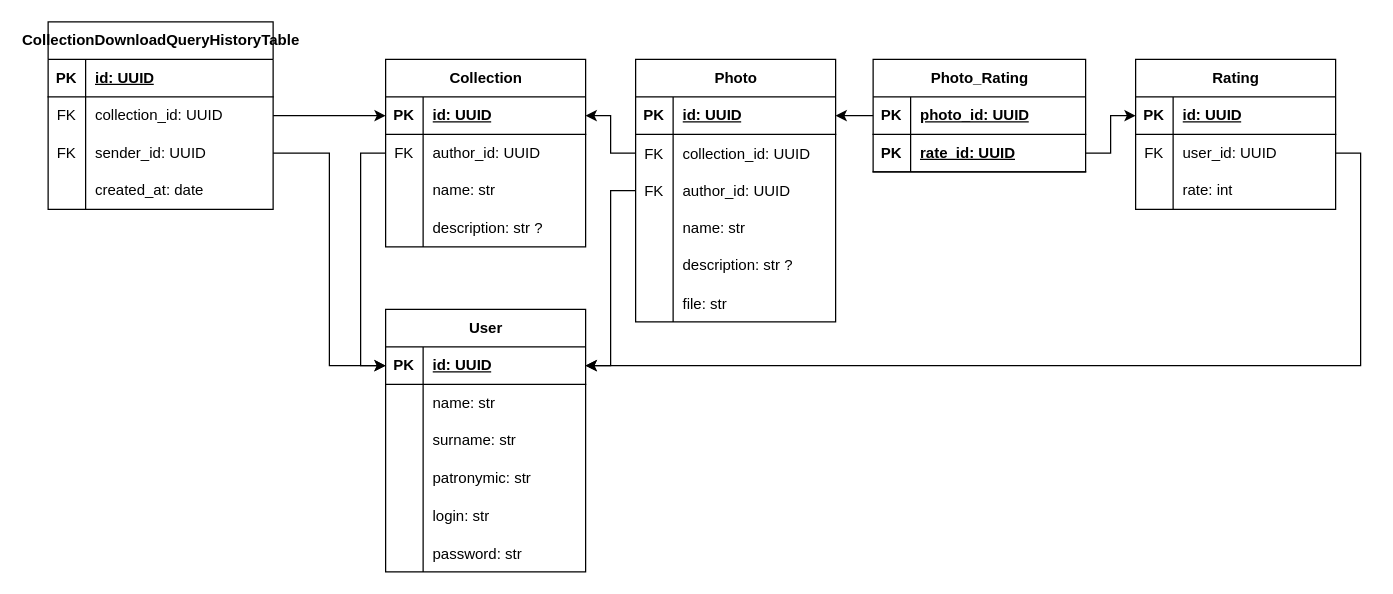
The draw.io diagram бд.drawio in WATUNeed/gallery, before the edit. Source tidied: cells renumbered, new cells numbered last; positions are measured from the earlier drawing's top-left corner, leaving out a move shared by most shapes. Both pictures are drawn from the tidied source at 125%, with x=0, y=0 at pixel (48, 21).
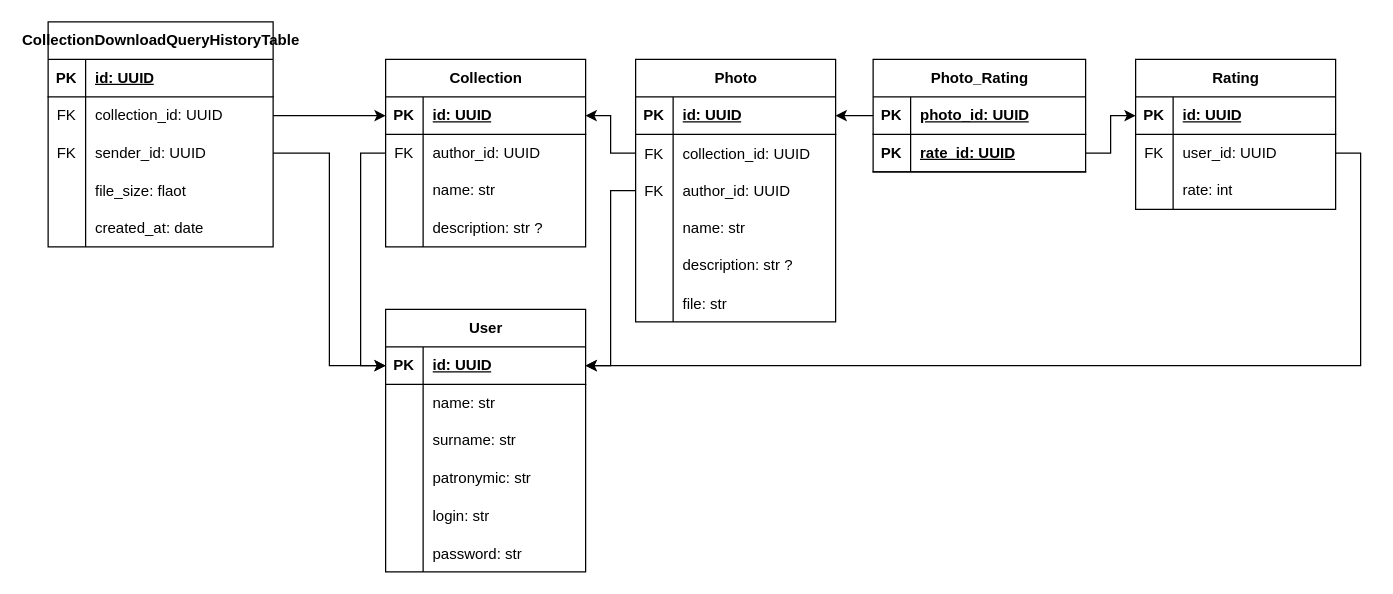
After the change.

Change to the diagram source:
```diff
@@
     <mxCell id="76" value="CollectionDownloadQueryHistoryTable" style="shape=table;startSize=30;childLayout=tableLayout;rowLines=0;fontStyle=1;align=center;html=1;" parent="1" vertex="1">
-      <mxGeometry width="180" height="150" as="geometry" />
+      <mxGeometry width="180" height="180" as="geometry" />
     </mxCell>
@@
+    <mxCell id="91" style="shape=tableRow;horizontal=0;startSize=0;swimlaneHead=0;swimlaneBody=0;fillColor=none;top=0;left=0;right=0;bottom=0;" parent="76" vertex="1">
+      <mxGeometry y="120" width="180" height="30" as="geometry" />
+    </mxCell>
+    <mxCell id="92" style="shape=partialRectangle;fillColor=none;top=0;left=0;bottom=0;right=0;overflow=hidden;" parent="91" vertex="1">
+      <mxGeometry width="30" height="30" as="geometry" />
+    </mxCell>
+    <mxCell id="93" value="file_size: flaot" style="shape=partialRectangle;fillColor=none;top=0;left=0;bottom=0;right=0;align=left;spacingLeft=6;overflow=hidden;" parent="91" vertex="1">
+      <mxGeometry x="30" width="150" height="30" as="geometry" />
+    </mxCell>
     <mxCell id="86" style="shape=tableRow;horizontal=0;startSize=0;swimlaneHead=0;swimlaneBody=0;fillColor=none;top=0;left=0;right=0;bottom=0;" parent="76" vertex="1">
-      <mxGeometry y="120" width="180" height="30" as="geometry" />
+      <mxGeometry y="150" width="180" height="30" as="geometry" />
     </mxCell>
```
